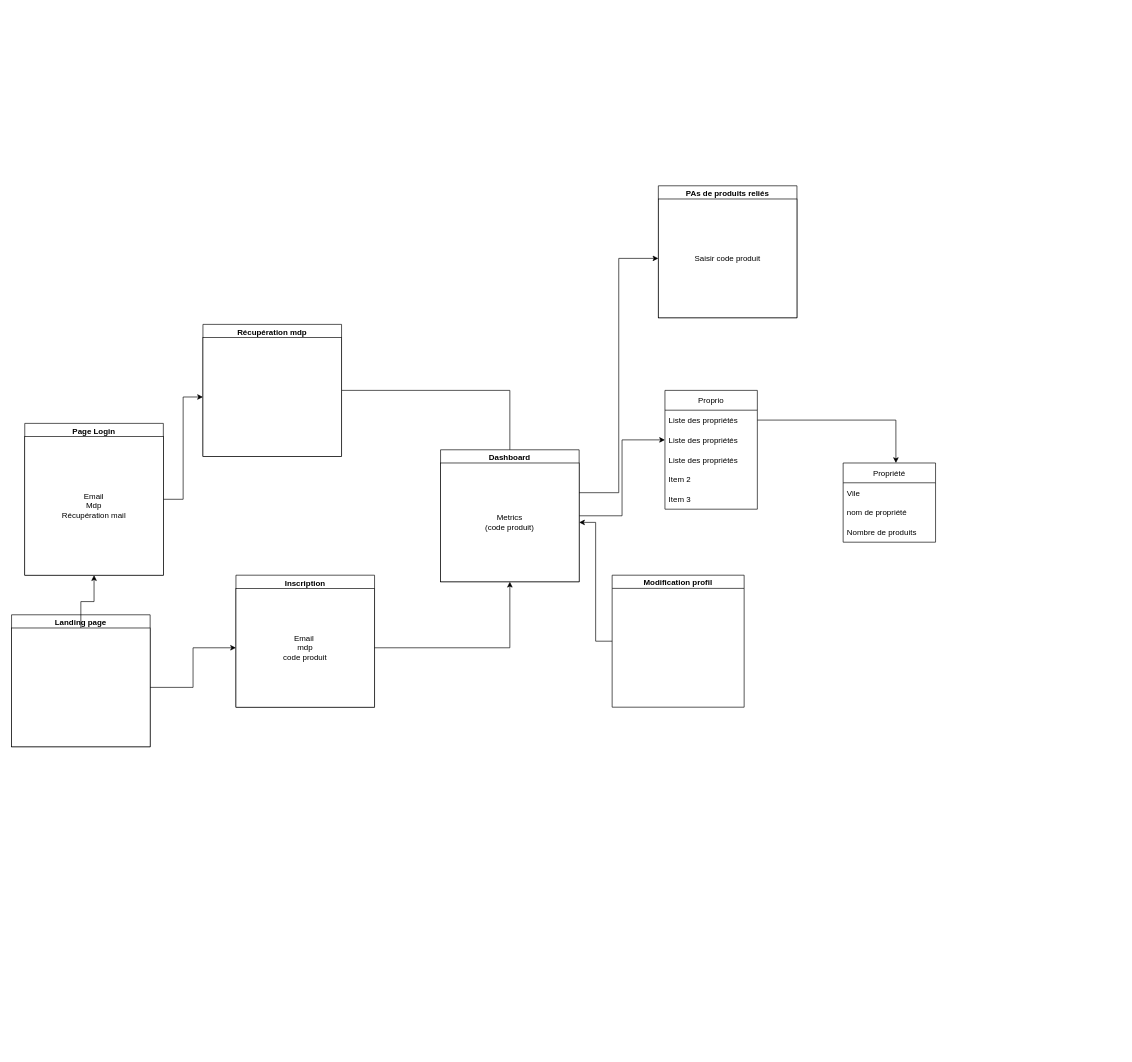
This is Diagramme sans nom.drawio from HipppB/safeHub, a draw.io file, before an edit. Source tidied: cells renumbered, new cells numbered last; positions are measured from the earlier drawing's top-left corner, leaving out a move shared by most shapes. Both pictures are drawn from the tidied source at 66%, with x=0, y=0 at pixel (11, 185).
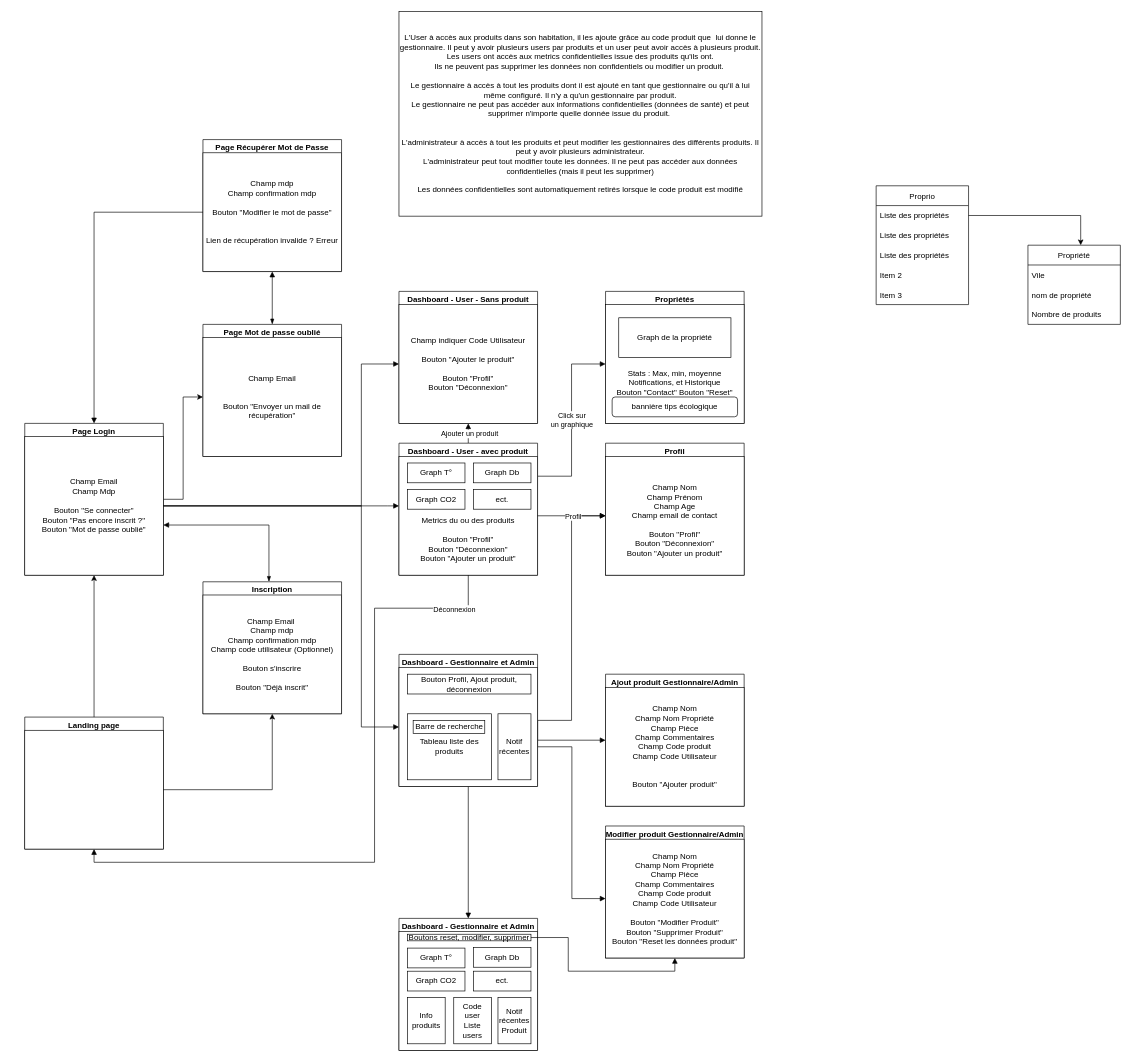
The same page after the edit.

Commit message (it also covers changes not shown here):
Mettre à jour Diagramme sans nom.drawio

Unchanged cells that the change refers to:
```xml
<mxCell id="3" value="Page Login" style="swimlane;" parent="1" vertex="1">
  <mxGeometry x="20" y="360" width="210" height="230" as="geometry" />
</mxCell>
<mxCell id="6" style="whiteSpace=wrap;html=1;" parent="5" vertex="1">
  <mxGeometry y="20" width="210" height="180" as="geometry" />
</mxCell>
<mxCell id="20" value="Liste des propriétés" style="text;strokeColor=none;fillColor=none;align=left;verticalAlign=middle;spacingLeft=4;spacingRight=4;overflow=hidden;points=[[0,0.5],[1,0.5]];portConstraint=eastwest;" parent="18" vertex="1">
  <mxGeometry y="60" width="140" height="30" as="geometry" />
</mxCell>
```

Change to the diagram source:
```diff
@@
-    <mxCell id="4" value="Email&lt;br&gt;Mdp&lt;br&gt;Récupération mail" style="whiteSpace=wrap;html=1;" parent="3" vertex="1">
+    <mxCell id="4" value="Champ Email&lt;br&gt;Champ Mdp&lt;br&gt;&lt;br&gt;Bouton &quot;Se connecter&quot;&lt;br&gt;Bouton &quot;Pas encore inscrit ?&quot;&lt;br&gt;Bouton &quot;Mot de passe oublié&quot;" style="whiteSpace=wrap;html=1;" parent="3" vertex="1">
       <mxGeometry y="20" width="210" height="210" as="geometry" />
     </mxCell>
     <mxCell id="5" value="Landing page" style="swimlane;" parent="1" vertex="1">
-      <mxGeometry y="650" width="210" height="200" as="geometry" />
+      <mxGeometry x="20" y="805" width="210" height="200" as="geometry" />
     </mxCell>
@@
-    <mxCell id="7" style="edgeStyle=orthogonalEdgeStyle;rounded=0;jettySize=auto;html=1;" parent="1" edge="1" source="6" target="4">
+    <mxCell id="7" style="edgeStyle=orthogonalEdgeStyle;rounded=0;jettySize=auto;html=1;exitX=0.5;exitY=0;exitDx=0;exitDy=0;" parent="1" edge="1" source="5" target="4">
       <mxGeometry relative="1" as="geometry" />
     </mxCell>
-    <mxCell id="8" style="edgeStyle=orthogonalEdgeStyle;rounded=0;jettySize=auto;html=1;exitX=1;exitY=0.5;exitDx=0;exitDy=0;" parent="1" edge="1" source="9" target="16">
-      <mxGeometry relative="1" as="geometry" />
-    </mxCell>
+    <mxCell id="34" style="edgeStyle=orthogonalEdgeStyle;rounded=0;jettySize=auto;html=1;startArrow=blockThin;startFill=1;endArrow=block;endFill=1;" parent="1" edge="1" source="9" target="36">
+      <mxGeometry relative="1" as="geometry" />
+    </mxCell>
-    <mxCell id="9" value="Récupération mdp" style="swimlane;" parent="1" vertex="1">
+    <mxCell id="9" value="Page Mot de passe oublié" style="swimlane;" parent="1" vertex="1">
       <mxGeometry x="290" y="210" width="210" height="200" as="geometry" />
     </mxCell>
-    <mxCell id="10" style="whiteSpace=wrap;html=1;" parent="9" vertex="1">
+    <mxCell id="10" value="Champ Email&lt;br&gt;&lt;br&gt;&lt;br&gt;Bouton &quot;Envoyer un mail de récupération&quot;" style="whiteSpace=wrap;html=1;" parent="9" vertex="1">
       <mxGeometry y="20" width="210" height="180" as="geometry" />
     </mxCell>
     <mxCell id="11" value="Inscription" style="swimlane;" parent="1" vertex="1">
-      <mxGeometry x="340" y="590" width="210" height="200" as="geometry" />
+      <mxGeometry x="290" y="600" width="210" height="200" as="geometry" />
     </mxCell>
-    <mxCell id="12" value="Email&amp;nbsp;&lt;br&gt;mdp&lt;br&gt;code produit" style="whiteSpace=wrap;html=1;" parent="11" vertex="1">
+    <mxCell id="12" value="Champ Email&amp;nbsp;&lt;br&gt;Champ mdp&lt;br&gt;Champ confirmation mdp&lt;br&gt;Champ code utilisateur (Optionnel)&lt;br&gt;&lt;br&gt;Bouton s'inscrire&lt;br&gt;&lt;br&gt;Bouton &quot;Déjà inscrit&quot;" style="whiteSpace=wrap;html=1;" parent="11" vertex="1">
       <mxGeometry y="20" width="210" height="180" as="geometry" />
     </mxCell>
@@
-    <mxCell id="14" style="edgeStyle=orthogonalEdgeStyle;rounded=0;jettySize=auto;html=1;exitX=1;exitY=0.5;exitDx=0;exitDy=0;" parent="1" edge="1" source="15" target="20">
-      <mxGeometry relative="1" as="geometry" />
-    </mxCell>
-    <mxCell id="15" value="Dashboard" style="swimlane;" parent="1" vertex="1">
-      <mxGeometry x="650" y="400" width="210" height="200" as="geometry" />
+    <mxCell id="15" value="Dashboard - User - Sans produit" style="swimlane;" parent="1" vertex="1">
+      <mxGeometry x="587" y="160" width="210" height="200" as="geometry" />
     </mxCell>
-    <mxCell id="16" value="Metrics&lt;br&gt;(code produit)" style="whiteSpace=wrap;html=1;" parent="15" vertex="1">
+    <mxCell id="16" value="Champ indiquer Code Utilisateur&lt;br&gt;&lt;br&gt;Bouton &quot;Ajouter le produit&quot;&lt;br&gt;&lt;br&gt;Bouton &quot;Profil&quot;&lt;br&gt;Bouton &quot;Déconnexion&quot;" style="whiteSpace=wrap;html=1;" parent="15" vertex="1">
       <mxGeometry y="20" width="210" height="180" as="geometry" />
     </mxCell>
-    <mxCell id="17" style="edgeStyle=orthogonalEdgeStyle;rounded=0;jettySize=auto;html=1;exitX=1;exitY=0.5;exitDx=0;exitDy=0;" parent="1" edge="1" source="12" target="16">
-      <mxGeometry relative="1" as="geometry" />
-    </mxCell>
     <mxCell id="18" value="Proprio" style="swimlane;fontStyle=0;horizontal=1;startSize=30;" parent="1" vertex="1">
-      <mxGeometry x="990" y="310" width="140" height="180" as="geometry" />
+      <mxGeometry x="1310" width="140" height="180" as="geometry" />
     </mxCell>
@@
     <mxCell id="25" value="Propriété" style="swimlane;fontStyle=0;horizontal=1;startSize=30;" parent="1" vertex="1">
-      <mxGeometry x="1260" y="420" width="140" height="120" as="geometry" />
+      <mxGeometry x="1540" y="90" width="140" height="120" as="geometry" />
     </mxCell>
@@
-    <mxCell id="29" style="edgeStyle=orthogonalEdgeStyle;rounded=0;jettySize=auto;html=1;exitX=0;exitY=0.5;exitDx=0;exitDy=0;entryX=1;entryY=0.5;entryDx=0;entryDy=0;" parent="1" edge="1" source="30" target="16">
-      <mxGeometry relative="1" as="geometry" />
-    </mxCell>
-    <mxCell id="30" value="Modification profil" style="swimlane;startSize=20;" parent="1" vertex="1">
-      <mxGeometry x="910" y="590" width="200" height="200" as="geometry" />
-    </mxCell>
-    <mxCell id="31" style="edgeStyle=orthogonalEdgeStyle;rounded=0;jettySize=auto;html=1;exitX=1;exitY=0.25;exitDx=0;exitDy=0;entryX=0;entryY=0.5;entryDx=0;entryDy=0;" parent="1" edge="1" source="16" target="33">
-      <mxGeometry relative="1" as="geometry" />
-    </mxCell>
-    <mxCell id="32" value="PAs de produits reliés" style="swimlane;" parent="1" vertex="1">
-      <mxGeometry x="980" width="210" height="200" as="geometry" />
-    </mxCell>
-    <mxCell id="33" value="Saisir code produit" style="whiteSpace=wrap;html=1;" parent="32" vertex="1">
-      <mxGeometry y="20" width="210" height="180" as="geometry" />
-    </mxCell>
+    <mxCell id="35" style="edgeStyle=orthogonalEdgeStyle;rounded=0;jettySize=auto;html=1;entryX=1;entryY=0.638;entryDx=0;entryDy=0;entryPerimeter=0;startArrow=blockThin;startFill=1;endArrow=block;endFill=1;" parent="1" edge="1" target="4">
+      <mxGeometry relative="1" as="geometry">
+        <mxPoint x="390" y="600" as="sourcePoint" />
+        <Array as="points">
+          <mxPoint x="390" y="514" />
+        </Array>
+      </mxGeometry>
+    </mxCell>
+    <mxCell id="36" value="Page Récupérer Mot de Passe" style="swimlane;" parent="1" vertex="1">
+      <mxGeometry x="290" y="-70" width="210" height="200" as="geometry" />
+    </mxCell>
+    <mxCell id="37" value="Champ mdp&lt;br&gt;Champ confirmation mdp&lt;br&gt;&lt;br&gt;Bouton &quot;Modifier le mot de passe&quot;&lt;br&gt;&lt;br&gt;&lt;br&gt;Lien de récupération invalide ? Erreur" style="whiteSpace=wrap;html=1;" parent="36" vertex="1">
+      <mxGeometry y="20" width="210" height="180" as="geometry" />
+    </mxCell>
+    <mxCell id="38" style="edgeStyle=orthogonalEdgeStyle;rounded=0;jettySize=auto;html=1;entryX=0.5;entryY=0;entryDx=0;entryDy=0;startArrow=none;startFill=0;endArrow=block;endFill=1;" parent="1" edge="1" source="37" target="3">
+      <mxGeometry relative="1" as="geometry" />
+    </mxCell>
+    <mxCell id="39" style="edgeStyle=orthogonalEdgeStyle;rounded=0;jettySize=auto;html=1;exitX=0.5;exitY=0;exitDx=0;exitDy=0;entryX=0.5;entryY=1;entryDx=0;entryDy=0;startArrow=none;startFill=0;endArrow=block;endFill=1;" parent="1" edge="1" source="42" target="16">
+      <mxGeometry relative="1" as="geometry" />
+    </mxCell>
+    <mxCell id="40" value="Ajouter un produit" style="edgeLabel;html=1;align=center;verticalAlign=middle;" parent="39" vertex="1">
+      <mxGeometry x="0.02" y="-1" relative="1" as="geometry" />
+    </mxCell>
+    <mxCell id="41" value="Click sur &lt;br&gt;un graphique" style="edgeStyle=orthogonalEdgeStyle;rounded=0;jettySize=auto;html=1;exitX=1;exitY=0.25;exitDx=0;exitDy=0;entryX=0;entryY=0.5;entryDx=0;entryDy=0;startArrow=none;startFill=0;endArrow=block;endFill=1;" parent="1" edge="1" source="42" target="66">
+      <mxGeometry relative="1" as="geometry" />
+    </mxCell>
+    <mxCell id="42" value="Dashboard - User - avec produit" style="swimlane;" parent="1" vertex="1">
+      <mxGeometry x="587" y="390" width="210" height="200" as="geometry" />
+    </mxCell>
+    <mxCell id="43" value="&lt;br&gt;&lt;br&gt;&lt;br&gt;&lt;br&gt;&lt;br&gt;Metrics du ou des produits&lt;br&gt;&lt;br&gt;Bouton &quot;Profil&quot;&lt;br&gt;Bouton &quot;Déconnexion&quot;&lt;br&gt;Bouton &quot;Ajouter un produit&quot;" style="whiteSpace=wrap;html=1;" parent="42" vertex="1">
+      <mxGeometry y="20" width="210" height="180" as="geometry" />
+    </mxCell>
+    <mxCell id="44" value="Graph T°" style="rounded=0;whiteSpace=wrap;html=1;" parent="42" vertex="1">
+      <mxGeometry x="13" y="30" width="87" height="30" as="geometry" />
+    </mxCell>
+    <mxCell id="45" value="Graph Db" style="rounded=0;whiteSpace=wrap;html=1;" parent="42" vertex="1">
+      <mxGeometry x="113" y="30" width="87" height="30" as="geometry" />
+    </mxCell>
+    <mxCell id="46" value="Graph CO2" style="rounded=0;whiteSpace=wrap;html=1;" parent="42" vertex="1">
+      <mxGeometry x="13" y="70" width="87" height="30" as="geometry" />
+    </mxCell>
+    <mxCell id="47" value="ect." style="rounded=0;whiteSpace=wrap;html=1;" parent="42" vertex="1">
+      <mxGeometry x="113" y="70" width="87" height="30" as="geometry" />
+    </mxCell>
+    <mxCell id="48" style="edgeStyle=orthogonalEdgeStyle;rounded=0;jettySize=auto;html=1;startArrow=none;startFill=0;endArrow=block;endFill=1;" parent="1" edge="1" source="4" target="43">
+      <mxGeometry relative="1" as="geometry">
+        <Array as="points">
+          <mxPoint x="570" y="485" />
+          <mxPoint x="570" y="485" />
+        </Array>
+      </mxGeometry>
+    </mxCell>
+    <mxCell id="49" style="edgeStyle=orthogonalEdgeStyle;rounded=0;jettySize=auto;html=1;exitX=1;exitY=0.5;exitDx=0;exitDy=0;startArrow=none;startFill=0;endArrow=block;endFill=1;" parent="1" edge="1" source="4" target="16">
+      <mxGeometry relative="1" as="geometry">
+        <Array as="points">
+          <mxPoint x="530" y="485" />
+          <mxPoint x="530" y="270" />
+        </Array>
+      </mxGeometry>
+    </mxCell>
+    <mxCell id="50" style="edgeStyle=orthogonalEdgeStyle;rounded=0;jettySize=auto;html=1;exitX=1;exitY=0.5;exitDx=0;exitDy=0;entryX=0;entryY=0.5;entryDx=0;entryDy=0;startArrow=none;startFill=0;endArrow=block;endFill=1;" parent="1" edge="1" source="54" target="64">
+      <mxGeometry relative="1" as="geometry" />
+    </mxCell>
+    <mxCell id="51" style="edgeStyle=orthogonalEdgeStyle;rounded=0;jettySize=auto;html=1;exitX=1;exitY=0.5;exitDx=0;exitDy=0;startArrow=none;startFill=0;endArrow=block;endFill=1;entryX=0;entryY=0.5;entryDx=0;entryDy=0;" parent="1" edge="1" source="54" target="71">
+      <mxGeometry relative="1" as="geometry">
+        <Array as="points">
+          <mxPoint x="797" y="840" />
+        </Array>
+      </mxGeometry>
+    </mxCell>
+    <mxCell id="52" style="edgeStyle=orthogonalEdgeStyle;rounded=0;jettySize=auto;html=1;exitX=1;exitY=0.5;exitDx=0;exitDy=0;entryX=0;entryY=0.5;entryDx=0;entryDy=0;startArrow=none;startFill=0;endArrow=block;endFill=1;" parent="1" edge="1" source="54" target="75">
+      <mxGeometry relative="1" as="geometry">
+        <Array as="points">
+          <mxPoint x="797" y="850" />
+          <mxPoint x="849" y="850" />
+          <mxPoint x="849" y="1080" />
+        </Array>
+      </mxGeometry>
+    </mxCell>
+    <mxCell id="53" style="edgeStyle=orthogonalEdgeStyle;rounded=0;jettySize=auto;html=1;exitX=0.5;exitY=1;exitDx=0;exitDy=0;entryX=0.5;entryY=0;entryDx=0;entryDy=0;startArrow=none;startFill=0;endArrow=block;endFill=1;" parent="1" edge="1" source="54" target="76">
+      <mxGeometry relative="1" as="geometry" />
+    </mxCell>
+    <mxCell id="54" value="Dashboard - Gestionnaire et Admin" style="swimlane;" parent="1" vertex="1">
+      <mxGeometry x="587" y="710" width="210" height="200" as="geometry" />
+    </mxCell>
+    <mxCell id="55" style="whiteSpace=wrap;html=1;" parent="54" vertex="1">
+      <mxGeometry y="20" width="210" height="180" as="geometry" />
+    </mxCell>
+    <mxCell id="56" value="Tableau liste des produits" style="rounded=0;whiteSpace=wrap;html=1;" parent="54" vertex="1">
+      <mxGeometry x="13" y="90" width="127" height="100" as="geometry" />
+    </mxCell>
+    <mxCell id="57" value="Barre de recherche" style="rounded=0;whiteSpace=wrap;html=1;" parent="54" vertex="1">
+      <mxGeometry x="21.5" y="100" width="108.5" height="20" as="geometry" />
+    </mxCell>
+    <mxCell id="58" value="Notif&lt;br&gt;récentes" style="rounded=0;whiteSpace=wrap;html=1;" parent="54" vertex="1">
+      <mxGeometry x="150" y="90" width="50" height="100" as="geometry" />
+    </mxCell>
+    <mxCell id="59" value="Bouton Profil, Ajout produit, déconnexion" style="rounded=0;whiteSpace=wrap;html=1;" parent="54" vertex="1">
+      <mxGeometry x="13" y="30" width="187" height="30" as="geometry" />
+    </mxCell>
+    <mxCell id="60" style="edgeStyle=orthogonalEdgeStyle;rounded=0;jettySize=auto;html=1;entryX=0;entryY=0.5;entryDx=0;entryDy=0;startArrow=none;startFill=0;endArrow=block;endFill=1;" parent="1" edge="1" source="4" target="55">
+      <mxGeometry relative="1" as="geometry">
+        <Array as="points">
+          <mxPoint x="530" y="485" />
+          <mxPoint x="530" y="820" />
+        </Array>
+      </mxGeometry>
+    </mxCell>
+    <mxCell id="61" style="edgeStyle=orthogonalEdgeStyle;rounded=0;jettySize=auto;html=1;startArrow=none;startFill=0;endArrow=block;endFill=1;" parent="1" edge="1" source="43" target="64">
+      <mxGeometry relative="1" as="geometry" />
+    </mxCell>
+    <mxCell id="62" value="Profil&lt;br&gt;" style="edgeLabel;html=1;align=center;verticalAlign=middle;" parent="61" vertex="1">
+      <mxGeometry x="-0.4" y="-5" relative="1" as="geometry">
+        <mxPoint x="22" y="-5" as="offset" />
+      </mxGeometry>
+    </mxCell>
+    <mxCell id="63" value="Profil" style="swimlane;" parent="1" vertex="1">
+      <mxGeometry x="900" y="390" width="210" height="200" as="geometry" />
+    </mxCell>
+    <mxCell id="64" value="&lt;br&gt;Champ Nom&lt;br&gt;Champ Prénom&lt;br&gt;Champ Age&lt;br&gt;Champ email de contact&lt;br&gt;&lt;br&gt;Bouton &quot;Profil&quot;&lt;br&gt;Bouton &quot;Déconnexion&quot;&lt;br&gt;Bouton &quot;Ajouter un produit&quot;" style="whiteSpace=wrap;html=1;" parent="63" vertex="1">
+      <mxGeometry y="20" width="210" height="180" as="geometry" />
+    </mxCell>
+    <mxCell id="65" value="Propriétés" style="swimlane;" parent="1" vertex="1">
+      <mxGeometry x="900" y="160" width="210" height="200" as="geometry" />
+    </mxCell>
+    <mxCell id="66" value="&lt;br&gt;&lt;br&gt;&lt;br&gt;&lt;br&gt;Stats : Max, min, moyenne&lt;br&gt;Notifications, et Historique&lt;br&gt;Bouton &quot;Contact&quot; Bouton &quot;Reset&quot;" style="whiteSpace=wrap;html=1;" parent="65" vertex="1">
+      <mxGeometry y="20" width="210" height="180" as="geometry" />
+    </mxCell>
+    <mxCell id="67" value="Graph de la propriété" style="rounded=0;whiteSpace=wrap;html=1;" parent="65" vertex="1">
+      <mxGeometry x="20" y="40" width="170" height="60" as="geometry" />
+    </mxCell>
+    <mxCell id="68" value="bannière tips écologique" style="rounded=1;whiteSpace=wrap;html=1;" parent="65" vertex="1">
+      <mxGeometry x="10" y="160" width="190" height="30" as="geometry" />
+    </mxCell>
+    <mxCell id="69" style="edgeStyle=orthogonalEdgeStyle;rounded=0;jettySize=auto;html=1;entryX=0.5;entryY=1;entryDx=0;entryDy=0;startArrow=none;startFill=0;endArrow=block;endFill=1;" parent="1" edge="1" source="43" target="5">
+      <mxGeometry relative="1" as="geometry">
+        <Array as="points">
+          <mxPoint x="692" y="640" />
+          <mxPoint x="550" y="640" />
+          <mxPoint x="550" y="1025" />
+          <mxPoint x="125" y="1025" />
+        </Array>
+      </mxGeometry>
+    </mxCell>
+    <mxCell id="70" value="Déconnexion" style="edgeLabel;html=1;align=center;verticalAlign=middle;" parent="69" vertex="1">
+      <mxGeometry x="-0.86" y="1" relative="1" as="geometry" />
+    </mxCell>
+    <mxCell id="71" value="Ajout produit Gestionnaire/Admin" style="swimlane;" parent="1" vertex="1">
+      <mxGeometry x="900" y="740" width="210" height="200" as="geometry" />
+    </mxCell>
+    <mxCell id="72" value="Champ Nom&lt;br&gt;Champ Nom Propriété&lt;br&gt;Champ Pièce&lt;br&gt;Champ Commentaires&lt;br&gt;Champ Code produit&lt;br&gt;Champ Code Utilisateur&lt;br&gt;&lt;br&gt;&lt;br&gt;Bouton &quot;Ajouter produit&quot;" style="whiteSpace=wrap;html=1;" parent="71" vertex="1">
+      <mxGeometry y="20" width="210" height="180" as="geometry" />
+    </mxCell>
+    <mxCell id="73" value="L'User à accès aux produits dans son habitation, il les ajoute grâce au code produit que &amp;nbsp;lui donne le gestionnaire. Il peut y avoir plusieurs users par produits et un user peut avoir accès à plusieurs produit. Les users ont accès aux metrics confidentielles issue des produits qu'ils ont.&lt;br&gt;Ils ne peuvent pas supprimer les données non confidentiels ou modifier un produit.&amp;nbsp;&lt;br&gt;&lt;br&gt;Le gestionnaire à accès à tout les produits dont il est ajouté en tant que gestionnaire ou qu'il à lui même configuré. Il n'y a qu'un gestionnaire par produit.&lt;br&gt;Le gestionnaire ne peut pas accéder aux informations confidentielles (données de santé) et peut supprimer n'importe quelle donnée issue du produit.&amp;nbsp;&lt;br&gt;&lt;br&gt;&lt;br&gt;L'administrateur à accès à tout les produits et peut modifier les gestionnaires des différents produits. Il peut y avoir plusieurs administrateur.&lt;br&gt;L'administrateur peut tout modifier toute les données. Il ne peut pas accéder aux données confidentielles (mais il peut les supprimer)&lt;br&gt;&lt;br&gt;Les données confidentielles sont automatiquement retirés lorsque le code produit est modifié" style="rounded=0;whiteSpace=wrap;html=1;" parent="1" vertex="1">
+      <mxGeometry x="587" y="-264" width="550" height="310" as="geometry" />
+    </mxCell>
+    <mxCell id="74" value="Modifier produit Gestionnaire/Admin" style="swimlane;" parent="1" vertex="1">
+      <mxGeometry x="900" y="970" width="210" height="200" as="geometry" />
+    </mxCell>
+    <mxCell id="75" value="Champ Nom&lt;br&gt;Champ Nom Propriété&lt;br&gt;Champ Pièce&lt;br&gt;Champ Commentaires&lt;br&gt;Champ Code produit&lt;br&gt;Champ Code Utilisateur&lt;br&gt;&lt;br&gt;Bouton &quot;Modifier Produit&quot;&lt;br&gt;Bouton &quot;Supprimer Produit&quot;&lt;br&gt;Bouton &quot;Reset les données produit&quot;" style="whiteSpace=wrap;html=1;" parent="74" vertex="1">
+      <mxGeometry y="20" width="210" height="180" as="geometry" />
+    </mxCell>
+    <mxCell id="76" value="Dashboard - Gestionnaire et Admin" style="swimlane;" parent="1" vertex="1">
+      <mxGeometry x="587" y="1110" width="210" height="200" as="geometry" />
+    </mxCell>
+    <mxCell id="77" style="whiteSpace=wrap;html=1;" parent="76" vertex="1">
+      <mxGeometry y="20" width="210" height="180" as="geometry" />
+    </mxCell>
+    <mxCell id="78" value="Info produits" style="rounded=0;whiteSpace=wrap;html=1;" parent="76" vertex="1">
+      <mxGeometry x="13" y="120" width="57" height="70" as="geometry" />
+    </mxCell>
+    <mxCell id="79" value="Notif&lt;br&gt;récentes&lt;br&gt;Produit" style="rounded=0;whiteSpace=wrap;html=1;" parent="76" vertex="1">
+      <mxGeometry x="150" y="120" width="50" height="70" as="geometry" />
+    </mxCell>
+    <mxCell id="80" value="Graph T°" style="rounded=0;whiteSpace=wrap;html=1;" parent="76" vertex="1">
+      <mxGeometry x="13" y="45" width="87" height="30" as="geometry" />
+    </mxCell>
+    <mxCell id="81" value="Graph Db" style="rounded=0;whiteSpace=wrap;html=1;" parent="76" vertex="1">
+      <mxGeometry x="113" y="44" width="87" height="30" as="geometry" />
+    </mxCell>
+    <mxCell id="82" value="Graph CO2" style="rounded=0;whiteSpace=wrap;html=1;" parent="76" vertex="1">
+      <mxGeometry x="13" y="80" width="87" height="30" as="geometry" />
+    </mxCell>
+    <mxCell id="83" value="ect." style="rounded=0;whiteSpace=wrap;html=1;" parent="76" vertex="1">
+      <mxGeometry x="113" y="80" width="87" height="30" as="geometry" />
+    </mxCell>
+    <mxCell id="84" value="Code user&lt;br&gt;Liste&lt;br&gt;users" style="rounded=0;whiteSpace=wrap;html=1;" parent="76" vertex="1">
+      <mxGeometry x="83" y="120" width="57" height="70" as="geometry" />
+    </mxCell>
+    <mxCell id="85" value="Boutons reset, modifier, supprimer" style="rounded=0;whiteSpace=wrap;html=1;" parent="76" vertex="1">
+      <mxGeometry x="13" y="24" width="187" height="10" as="geometry" />
+    </mxCell>
+    <mxCell id="86" style="edgeStyle=orthogonalEdgeStyle;rounded=0;jettySize=auto;html=1;exitX=1;exitY=0.5;exitDx=0;exitDy=0;entryX=0.5;entryY=1;entryDx=0;entryDy=0;startArrow=none;startFill=0;endArrow=block;endFill=1;" parent="1" edge="1" source="85" target="75">
+      <mxGeometry relative="1" as="geometry" />
+    </mxCell>
```
